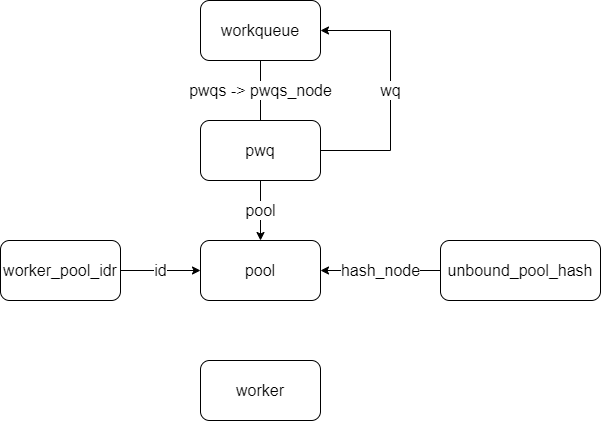
Before: workqueue.png, a diagram exported from draw.io (craftsfish/design). Source tidied: cells renumbered, new cells last; positions are measured from the earlier drawing's top-left corner, leaving out a move shared by most shapes.
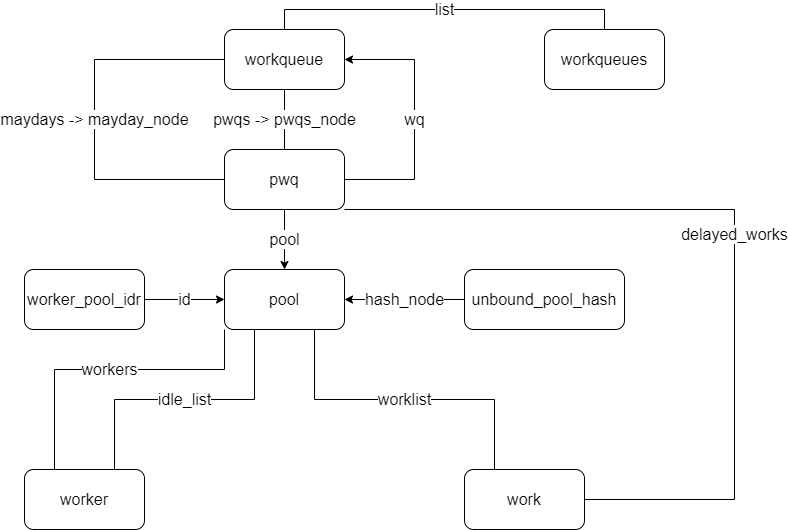
Above is the later version.

What changed in the source:
```diff
@@ -5,6 +5,14 @@
     <mxCell id="2" value="pwqs -&amp;gt;&amp;nbsp;pwqs_node" style="edgeStyle=orthogonalEdgeStyle;rounded=0;jettySize=auto;html=1;exitX=0.5;exitY=1;exitDx=0;exitDy=0;entryX=0.5;entryY=0;entryDx=0;entryDy=0;fontSize=16;startArrow=none;startFill=0;endArrow=none;endFill=0;" parent="1" edge="1" source="3" target="6">
       <mxGeometry relative="1" as="geometry" />
     </mxCell>
+    <mxCell id="13" value="maydays -&amp;gt; mayday_node" style="edgeStyle=orthogonalEdgeStyle;rounded=0;jettySize=auto;html=1;exitX=0;exitY=0.5;exitDx=0;exitDy=0;entryX=0;entryY=0.5;entryDx=0;entryDy=0;startArrow=none;startFill=0;endArrow=none;endFill=0;fontSize=16;" parent="1" edge="1" source="3" target="6">
+      <mxGeometry relative="1" as="geometry">
+        <Array as="points">
+          <mxPoint x="70" y="30" />
+          <mxPoint x="70" y="150" />
+        </Array>
+      </mxGeometry>
+    </mxCell>
     <mxCell id="3" value="workqueue" style="rounded=1;whiteSpace=wrap;html=1;fontSize=16;" parent="1" vertex="1">
       <mxGeometry x="200" width="120" height="60" as="geometry" />
     </mxCell>
@@ -19,14 +27,36 @@
         </Array>
       </mxGeometry>
     </mxCell>
+    <mxCell id="14" value="delayed_works" style="edgeStyle=orthogonalEdgeStyle;rounded=0;jettySize=auto;html=1;exitX=1;exitY=1;exitDx=0;exitDy=0;entryX=1;entryY=0.5;entryDx=0;entryDy=0;startArrow=none;startFill=0;endArrow=none;endFill=0;fontSize=16;" parent="1" edge="1" source="6" target="18">
+      <mxGeometry relative="1" as="geometry">
+        <Array as="points">
+          <mxPoint x="710" y="180" />
+          <mxPoint x="710" y="470" />
+        </Array>
+      </mxGeometry>
+    </mxCell>
     <mxCell id="6" value="pwq" style="rounded=1;whiteSpace=wrap;html=1;fontSize=16;" parent="1" vertex="1">
       <mxGeometry x="200" y="120" width="120" height="60" as="geometry" />
     </mxCell>
+    <mxCell id="15" value="worklist" style="edgeStyle=orthogonalEdgeStyle;rounded=0;jettySize=auto;html=1;exitX=0.75;exitY=1;exitDx=0;exitDy=0;entryX=0.25;entryY=0;entryDx=0;entryDy=0;startArrow=none;startFill=0;endArrow=none;endFill=0;fontSize=16;" parent="1" edge="1" source="7" target="18">
+      <mxGeometry relative="1" as="geometry" />
+    </mxCell>
+    <mxCell id="16" value="idle_list" style="edgeStyle=orthogonalEdgeStyle;rounded=0;jettySize=auto;html=1;exitX=0.25;exitY=1;exitDx=0;exitDy=0;entryX=0.75;entryY=0;entryDx=0;entryDy=0;startArrow=none;startFill=0;endArrow=none;endFill=0;fontSize=16;" parent="1" edge="1" source="7" target="8">
+      <mxGeometry relative="1" as="geometry" />
+    </mxCell>
+    <mxCell id="17" value="workers" style="edgeStyle=orthogonalEdgeStyle;rounded=0;jettySize=auto;html=1;exitX=0;exitY=1;exitDx=0;exitDy=0;entryX=0.25;entryY=0;entryDx=0;entryDy=0;startArrow=none;startFill=0;endArrow=none;endFill=0;fontSize=16;" parent="1" edge="1" source="7" target="8">
+      <mxGeometry relative="1" as="geometry">
+        <Array as="points">
+          <mxPoint x="200" y="340" />
+          <mxPoint x="30" y="340" />
+        </Array>
+      </mxGeometry>
+    </mxCell>
     <mxCell id="7" value="pool" style="rounded=1;whiteSpace=wrap;html=1;fontSize=16;" parent="1" vertex="1">
       <mxGeometry x="200" y="240" width="120" height="60" as="geometry" />
     </mxCell>
     <mxCell id="8" value="worker" style="rounded=1;whiteSpace=wrap;html=1;fontSize=16;" parent="1" vertex="1">
-      <mxGeometry x="200" y="360" width="120" height="60" as="geometry" />
+      <mxGeometry y="440" width="120" height="60" as="geometry" />
     </mxCell>
     <mxCell id="9" value="hash_node" style="edgeStyle=orthogonalEdgeStyle;rounded=0;jettySize=auto;html=1;exitX=0;exitY=0.5;exitDx=0;exitDy=0;entryX=1;entryY=0.5;entryDx=0;entryDy=0;fontSize=16;" parent="1" edge="1" source="10" target="7">
       <mxGeometry relative="1" as="geometry" />
@@ -40,5 +70,14 @@
     <mxCell id="12" value="worker_pool_idr" style="rounded=1;whiteSpace=wrap;html=1;fontSize=16;" parent="1" vertex="1">
       <mxGeometry y="240" width="120" height="60" as="geometry" />
     </mxCell>
+    <mxCell id="18" value="work" style="rounded=1;whiteSpace=wrap;html=1;fontSize=16;" parent="1" vertex="1">
+      <mxGeometry x="440" y="440" width="120" height="60" as="geometry" />
+    </mxCell>
+    <mxCell id="19" value="list" style="edgeStyle=orthogonalEdgeStyle;rounded=0;jettySize=auto;html=1;exitX=0.5;exitY=0;exitDx=0;exitDy=0;entryX=0.5;entryY=0;entryDx=0;entryDy=0;startArrow=none;startFill=0;endArrow=none;endFill=0;fontSize=16;" parent="1" edge="1" source="20" target="3">
+      <mxGeometry relative="1" as="geometry" />
+    </mxCell>
+    <mxCell id="20" value="workqueues" style="rounded=1;whiteSpace=wrap;html=1;fontSize=16;" parent="1" vertex="1">
+      <mxGeometry x="520" width="120" height="60" as="geometry" />
+    </mxCell>
   </root>
 </mxGraphModel>
```
